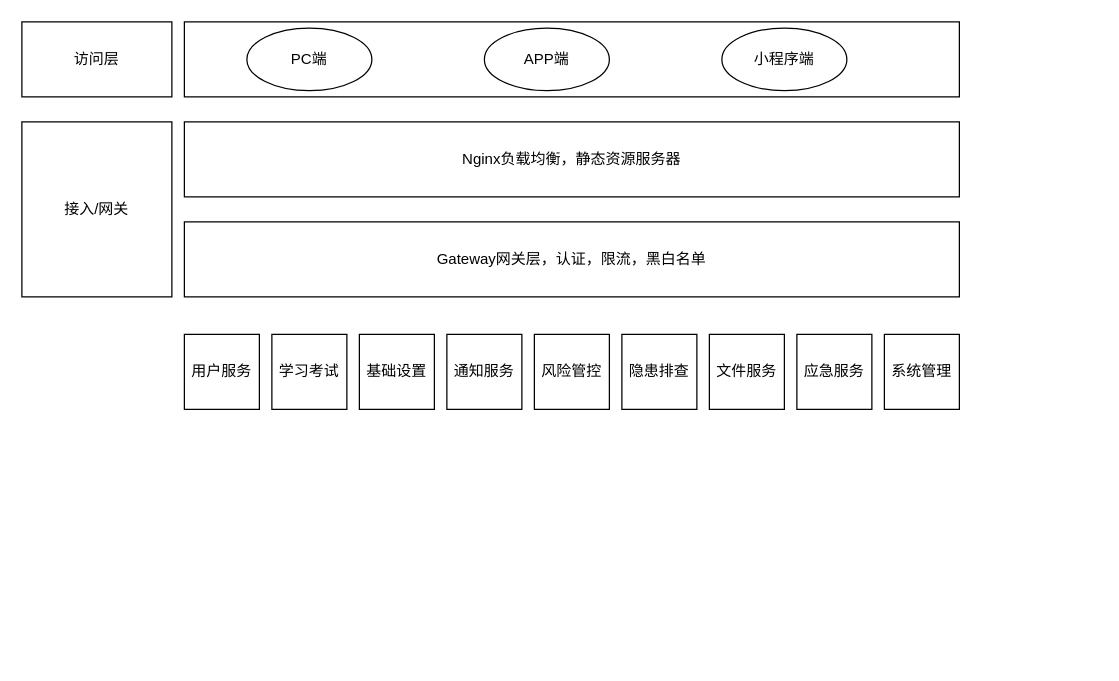
sooxen/drawio keeps this draw.io diagram as 安信链架构图.drawio. Above is the earlier version. Source tidied: cells renumbered, new cells numbered last; positions are measured from the earlier drawing's top-left corner, leaving out a move shared by most shapes. Both pictures are drawn from the tidied source at 125%, with x=0, y=0 at pixel (21, 21).
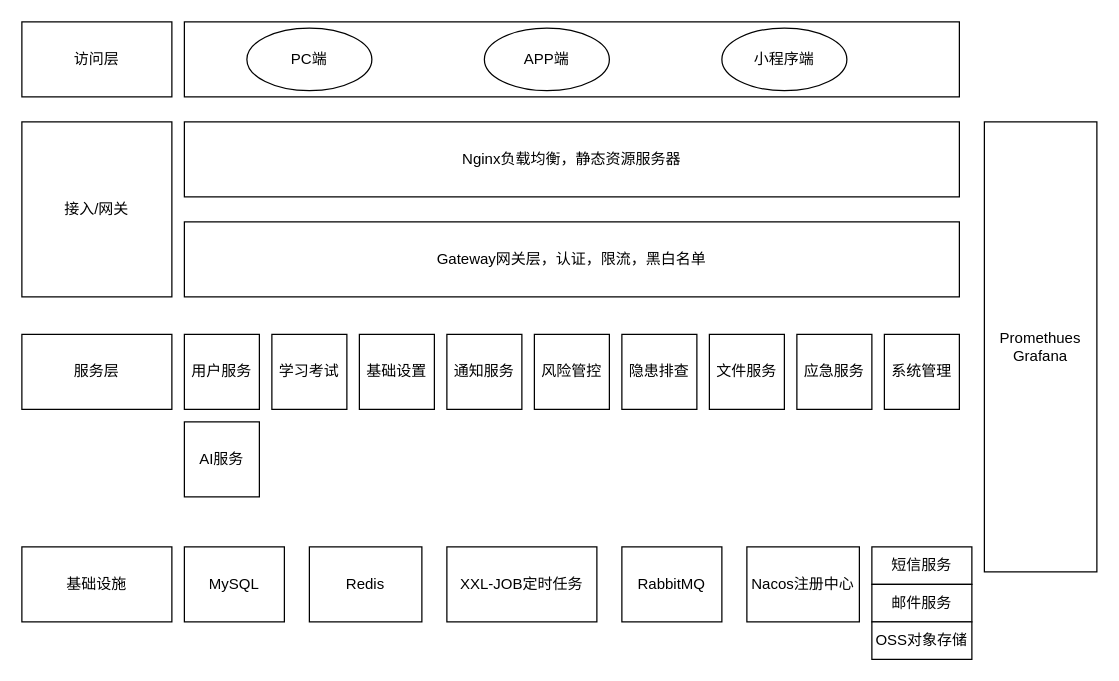
The same page after the edit.

Commit message (it also covers changes not shown here):
更新安信链架构图.drawio

The edit, as a diff of the source:
```diff
@@
+    <mxCell id="19" value="MySQL" style="rounded=0;whiteSpace=wrap;html=1;" parent="1" vertex="1">
+      <mxGeometry x="130" y="420" width="80" height="60" as="geometry" />
+    </mxCell>
+    <mxCell id="20" value="Redis" style="rounded=0;whiteSpace=wrap;html=1;" parent="1" vertex="1">
+      <mxGeometry x="230" y="420" width="90" height="60" as="geometry" />
+    </mxCell>
+    <mxCell id="21" value="Promethues&lt;br&gt;Grafana" style="rounded=0;whiteSpace=wrap;html=1;" parent="1" vertex="1">
+      <mxGeometry x="770" y="80" width="90" height="360" as="geometry" />
+    </mxCell>
+    <mxCell id="22" value="XXL-JOB定时任务" style="rounded=0;whiteSpace=wrap;html=1;" parent="1" vertex="1">
+      <mxGeometry x="340" y="420" width="120" height="60" as="geometry" />
+    </mxCell>
+    <mxCell id="23" value="RabbitMQ" style="rounded=0;whiteSpace=wrap;html=1;" parent="1" vertex="1">
+      <mxGeometry x="480" y="420" width="80" height="60" as="geometry" />
+    </mxCell>
+    <mxCell id="24" value="Nacos注册中心" style="rounded=0;whiteSpace=wrap;html=1;" parent="1" vertex="1">
+      <mxGeometry x="580" y="420" width="90" height="60" as="geometry" />
+    </mxCell>
+    <mxCell id="25" value="短信服务" style="rounded=0;whiteSpace=wrap;html=1;" parent="1" vertex="1">
+      <mxGeometry x="680" y="420" width="80" height="30" as="geometry" />
+    </mxCell>
+    <mxCell id="26" value="邮件服务" style="rounded=0;whiteSpace=wrap;html=1;" parent="1" vertex="1">
+      <mxGeometry x="680" y="450" width="80" height="30" as="geometry" />
+    </mxCell>
+    <mxCell id="27" value="OSS对象存储" style="rounded=0;whiteSpace=wrap;html=1;" parent="1" vertex="1">
+      <mxGeometry x="680" y="480" width="80" height="30" as="geometry" />
+    </mxCell>
+    <mxCell id="28" value="服务层" style="rounded=0;whiteSpace=wrap;html=1;" parent="1" vertex="1">
+      <mxGeometry y="250" width="120" height="60" as="geometry" />
+    </mxCell>
+    <mxCell id="29" value="基础设施" style="rounded=0;whiteSpace=wrap;html=1;" parent="1" vertex="1">
+      <mxGeometry y="420" width="120" height="60" as="geometry" />
+    </mxCell>
+    <mxCell id="30" value="AI服务" style="rounded=0;whiteSpace=wrap;html=1;" parent="1" vertex="1">
+      <mxGeometry x="130" y="320" width="60" height="60" as="geometry" />
+    </mxCell>
```
